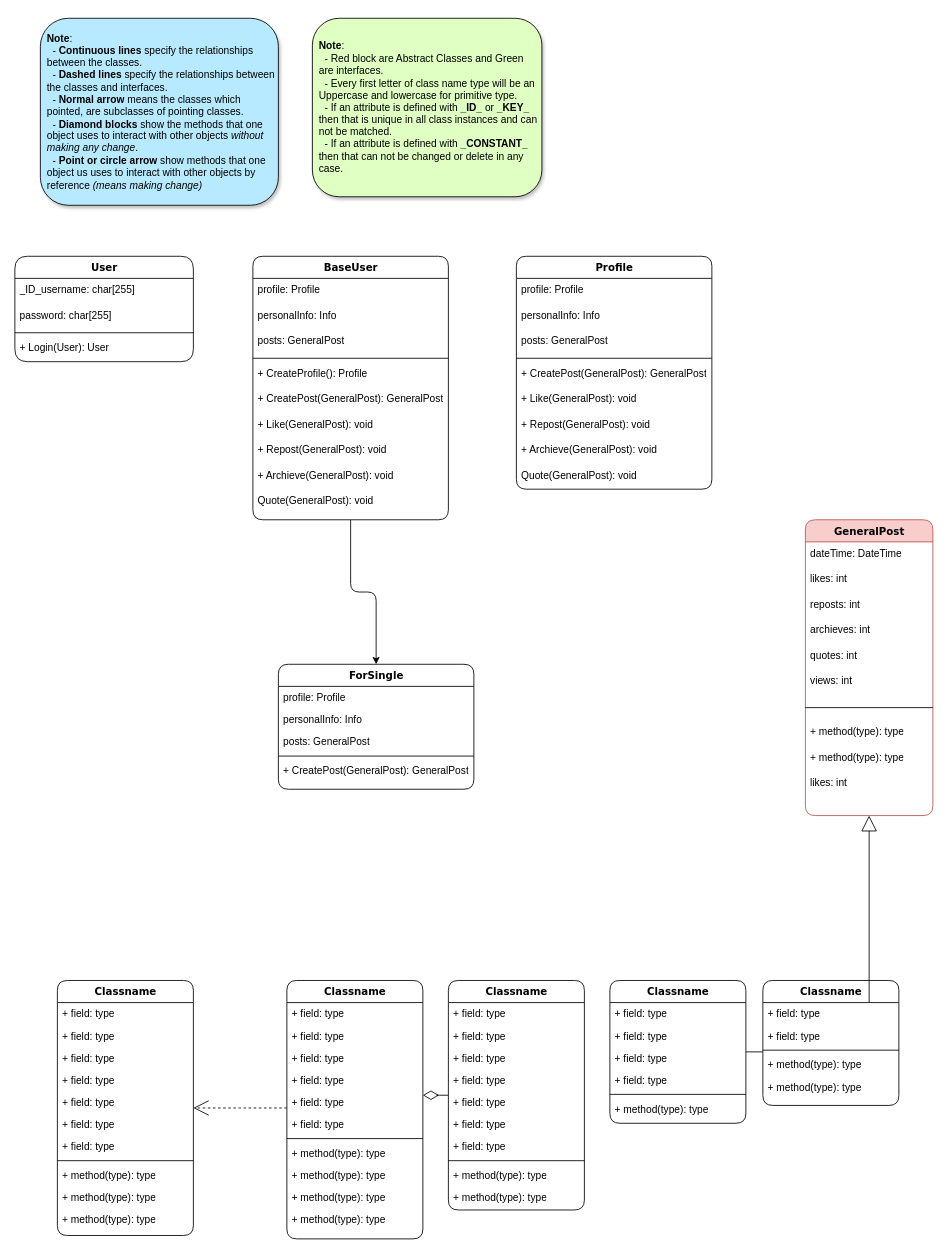
Above: Class_Diagram.drawio in KyoTranKMA/DRP-Website (draw.io), before the change. Source tidied: cells renumbered, new cells numbered last; positions are measured from the earlier drawing's top-left corner, leaving out a move shared by most shapes. Both pictures are drawn from the tidied source at 85%, with x=0, y=0 at pixel (14, 18).
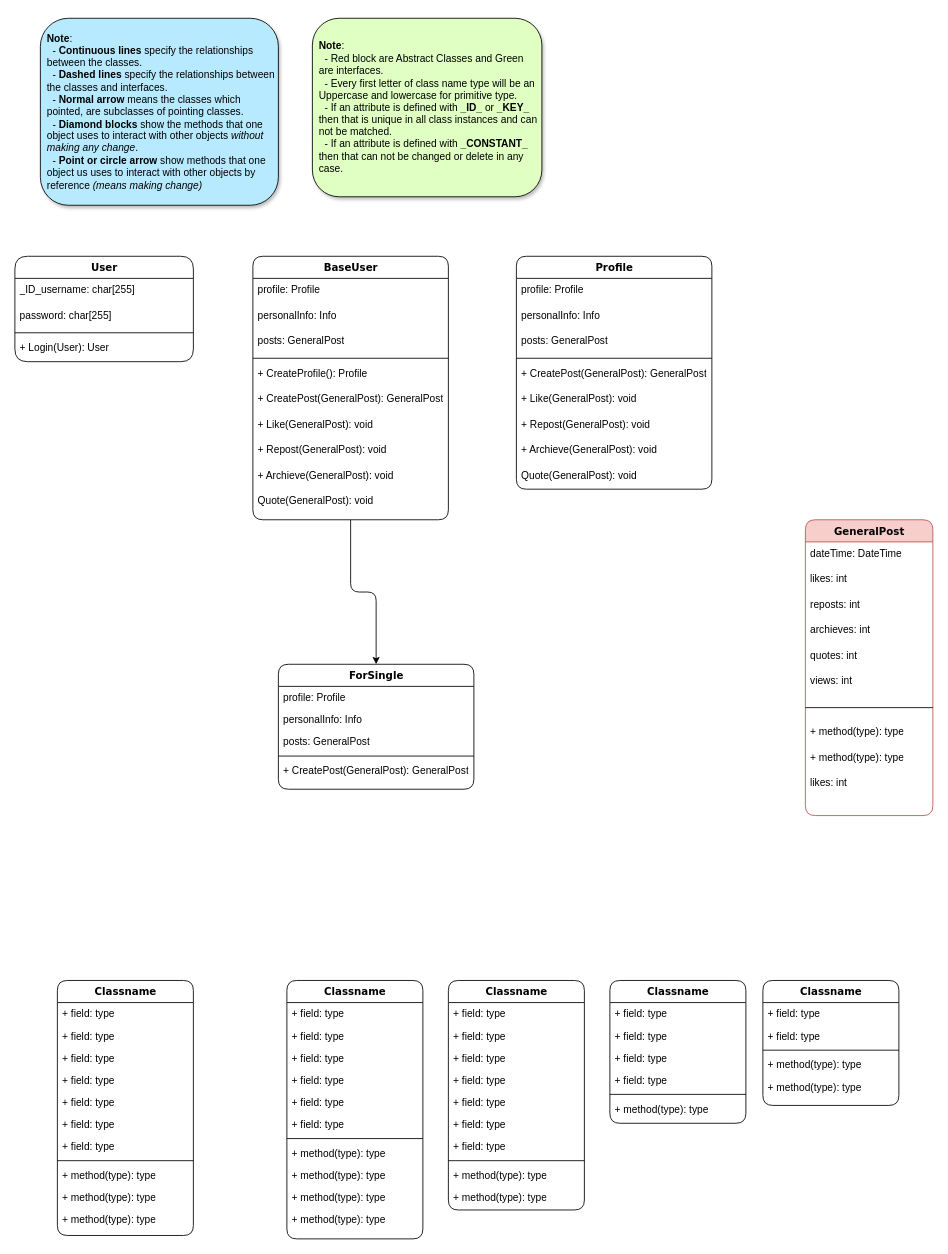
Above is the later version.

The change refers to these unchanged cells:
```xml
<mxCell id="19" value="GeneralPost" style="swimlane;html=1;fontStyle=1;align=center;verticalAlign=top;horizontal=1;startSize=26;swimlaneFillColor=#ffffff;rounded=1;shadow=0;comic=0;labelBackgroundColor=none;strokeWidth=1;fillColor=#f8cecc;fontFamily=Verdana;fontSize=12;strokeColor=#b85450;" parent="1" vertex="1">
  <mxGeometry x="930" y="590" width="150" height="348" as="geometry" />
</mxCell>
<mxCell id="31" value="Classname" style="swimlane;html=1;fontStyle=1;align=center;verticalAlign=top;horizontal=1;startSize=26;swimlaneFillColor=#ffffff;rounded=1;shadow=0;comic=0;labelBackgroundColor=none;strokeWidth=1;fillColor=none;fontFamily=Verdana;fontSize=12;" parent="1" vertex="1">
  <mxGeometry x="50" y="1132" width="160" height="300" as="geometry" />
</mxCell>
<mxCell id="44" value="Classname" style="swimlane;html=1;fontStyle=1;align=center;verticalAlign=top;horizontal=1;startSize=26;swimlaneFillColor=#ffffff;rounded=1;shadow=0;comic=0;labelBackgroundColor=none;strokeWidth=1;fillColor=none;fontFamily=Verdana;fontSize=12;" parent="1" vertex="1">
  <mxGeometry x="320" y="1132" width="160" height="304" as="geometry" />
</mxCell>
<mxCell id="56" value="Classname" style="swimlane;html=1;fontStyle=1;align=center;verticalAlign=top;horizontal=1;startSize=26;swimlaneFillColor=#ffffff;rounded=1;shadow=0;comic=0;labelBackgroundColor=none;strokeWidth=1;fillColor=none;fontFamily=Verdana;fontSize=12;" parent="1" vertex="1">
  <mxGeometry x="510" y="1132" width="160" height="270" as="geometry" />
</mxCell>
<mxCell id="68" value="Classname" style="swimlane;html=1;fontStyle=1;align=center;verticalAlign=top;horizontal=1;startSize=26;swimlaneFillColor=#ffffff;rounded=1;shadow=0;comic=0;labelBackgroundColor=none;strokeWidth=1;fillColor=none;fontFamily=Verdana;fontSize=12;" parent="1" vertex="1">
  <mxGeometry x="700" y="1132" width="160" height="168" as="geometry" />
</mxCell>
```

Change to the diagram source:
```diff
@@
-    <mxCell id="30" style="edgeStyle=elbowEdgeStyle;html=1;labelBackgroundColor=none;startFill=0;startSize=8;endArrow=open;endFill=0;endSize=16;fontFamily=Verdana;fontSize=12;elbow=vertical;dashed=1;fontColor=default;" parent="1" edge="1" source="44" target="31">
-      <mxGeometry relative="1" as="geometry" />
-    </mxCell>
@@
-    <mxCell id="43" style="edgeStyle=elbowEdgeStyle;html=1;labelBackgroundColor=none;startFill=0;startSize=8;endArrow=diamondThin;endFill=0;endSize=16;fontFamily=Verdana;fontSize=12;elbow=vertical;fontColor=default;" parent="1" edge="1" source="56" target="44">
-      <mxGeometry relative="1" as="geometry" />
-    </mxCell>
@@
-    <mxCell id="67" style="edgeStyle=orthogonalEdgeStyle;html=1;labelBackgroundColor=none;startFill=0;startSize=8;endArrow=block;endFill=0;endSize=16;fontFamily=Verdana;fontSize=12;fontColor=default;" parent="1" edge="1" source="68" target="19">
-      <mxGeometry relative="1" as="geometry" />
-    </mxCell>
```
